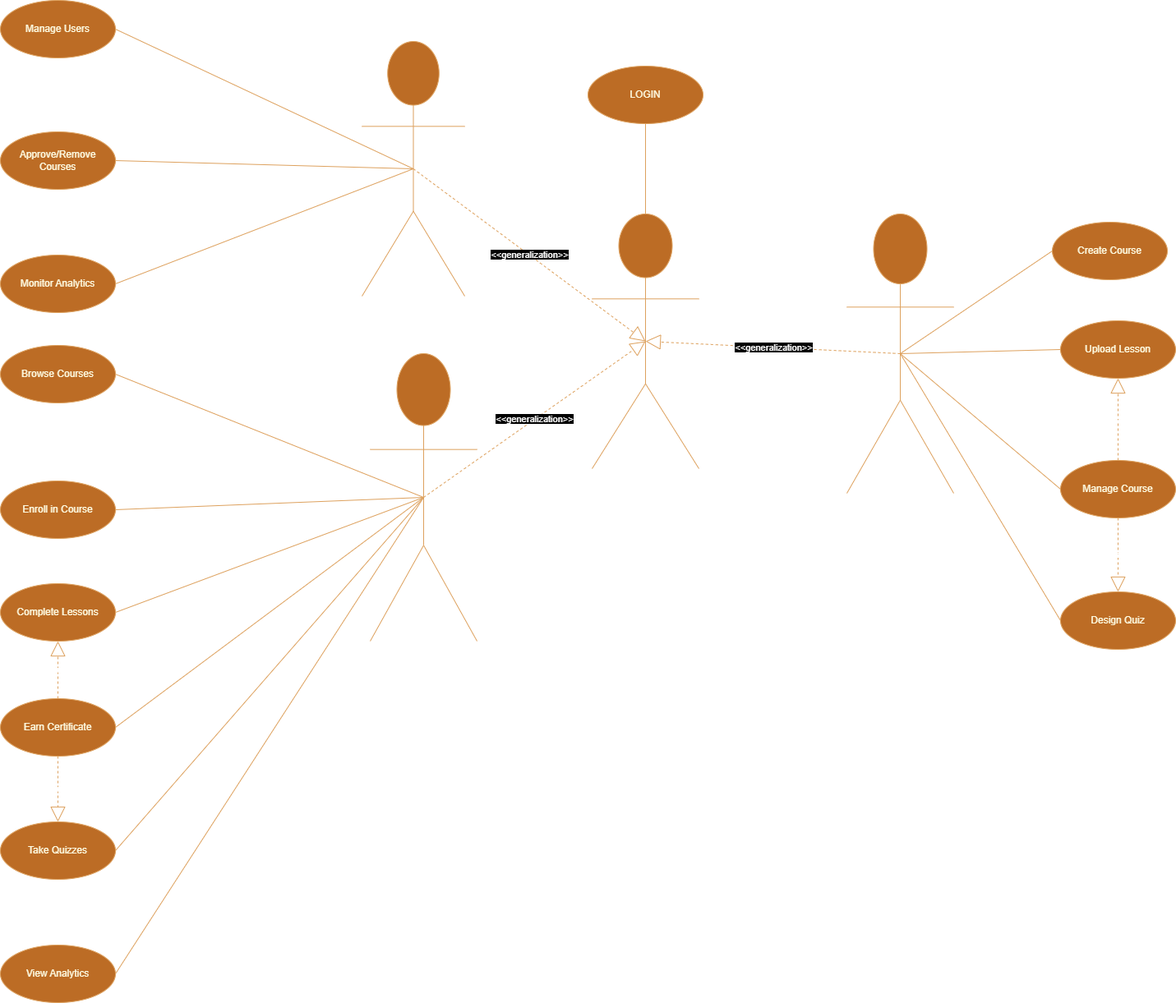
Before: Use Case.drawio Diagram.png, a diagram exported from draw.io (abdelrahman-elsayed-mo/lab6). Source tidied: cells renumbered, new cells last; positions are measured from the earlier drawing's top-left corner, leaving out a move shared by most shapes. Source of this version:
```xml
<mxGraphModel>
  <root>
    <mxCell id="0" />
    <mxCell id="1" parent="0" />
    <mxCell id="2" value="&lt;font style=&quot;color: rgb(255, 255, 255);&quot;&gt;Admin&lt;/font&gt;" style="shape=umlActor;verticalLabelPosition=bottom;verticalAlign=top;html=1;rounded=0;labelBackgroundColor=none;fillColor=#BC6C25;strokeColor=#DDA15E;fontColor=#FEFAE0;" parent="1" vertex="1">
      <mxGeometry x="440" y="50" width="125" height="310" as="geometry" />
    </mxCell>
    <mxCell id="3" value="&lt;font style=&quot;color: rgb(255, 255, 255);&quot;&gt;User&lt;/font&gt;" style="shape=umlActor;verticalLabelPosition=bottom;verticalAlign=top;html=1;rounded=0;labelBackgroundColor=none;fillColor=#BC6C25;strokeColor=#DDA15E;fontColor=#FEFAE0;" parent="1" vertex="1">
      <mxGeometry x="720" y="260" width="130" height="310" as="geometry" />
    </mxCell>
    <mxCell id="4" value="&lt;font style=&quot;color: rgb(255, 255, 255);&quot;&gt;Instructor&lt;/font&gt;" style="shape=umlActor;verticalLabelPosition=bottom;verticalAlign=top;html=1;rounded=0;labelBackgroundColor=none;fillColor=#BC6C25;strokeColor=#DDA15E;fontColor=#FEFAE0;" parent="1" vertex="1">
      <mxGeometry x="1030" y="260" width="130" height="340" as="geometry" />
    </mxCell>
    <mxCell id="5" value="&lt;font style=&quot;color: rgb(255, 255, 255);&quot;&gt;Student&lt;/font&gt;" style="shape=umlActor;verticalLabelPosition=bottom;verticalAlign=top;html=1;rounded=0;labelBackgroundColor=none;fillColor=#BC6C25;strokeColor=#DDA15E;fontColor=#FEFAE0;" parent="1" vertex="1">
      <mxGeometry x="450" y="430" width="130" height="350" as="geometry" />
    </mxCell>
    <mxCell id="6" value="&lt;p&gt;Approve/Remove Courses&lt;/p&gt;" style="ellipse;whiteSpace=wrap;html=1;rounded=0;labelBackgroundColor=none;fillColor=#BC6C25;strokeColor=#DDA15E;fontColor=#FEFAE0;" parent="1" vertex="1">
      <mxGeometry y="160" width="140" height="70" as="geometry" />
    </mxCell>
    <mxCell id="7" value="LOGIN" style="ellipse;whiteSpace=wrap;html=1;rounded=0;labelBackgroundColor=none;fillColor=#BC6C25;strokeColor=#DDA15E;fontColor=#FEFAE0;" parent="1" vertex="1">
      <mxGeometry x="715" y="80" width="140" height="70" as="geometry" />
    </mxCell>
    <mxCell id="8" value="&lt;p&gt;Manage Users&lt;/p&gt;" style="ellipse;whiteSpace=wrap;html=1;rounded=0;labelBackgroundColor=none;fillColor=#BC6C25;strokeColor=#DDA15E;fontColor=#FEFAE0;" parent="1" vertex="1">
      <mxGeometry width="140" height="70" as="geometry" />
    </mxCell>
    <mxCell id="9" value="&lt;p&gt;Design Quiz&lt;/p&gt;" style="ellipse;whiteSpace=wrap;html=1;rounded=0;labelBackgroundColor=none;fillColor=#BC6C25;strokeColor=#DDA15E;fontColor=#FEFAE0;" parent="1" vertex="1">
      <mxGeometry x="1290" y="720" width="140" height="70" as="geometry" />
    </mxCell>
    <mxCell id="10" value="&lt;p&gt;Create Course&lt;/p&gt;" style="ellipse;whiteSpace=wrap;html=1;rounded=0;labelBackgroundColor=none;fillColor=#BC6C25;strokeColor=#DDA15E;fontColor=#FEFAE0;" parent="1" vertex="1">
      <mxGeometry x="1280" y="270" width="140" height="70" as="geometry" />
    </mxCell>
    <mxCell id="11" value="&lt;p&gt;Upload Lesson&lt;/p&gt;" style="ellipse;whiteSpace=wrap;html=1;rounded=0;labelBackgroundColor=none;fillColor=#BC6C25;strokeColor=#DDA15E;fontColor=#FEFAE0;" parent="1" vertex="1">
      <mxGeometry x="1290" y="390" width="140" height="70" as="geometry" />
    </mxCell>
    <mxCell id="12" value="&lt;p&gt;View Analytics&lt;/p&gt;" style="ellipse;whiteSpace=wrap;html=1;rounded=0;labelBackgroundColor=none;fillColor=#BC6C25;strokeColor=#DDA15E;fontColor=#FEFAE0;" parent="1" vertex="1">
      <mxGeometry y="1150" width="140" height="70" as="geometry" />
    </mxCell>
    <mxCell id="13" value="&lt;p&gt;Take Quizzes&lt;/p&gt;" style="ellipse;whiteSpace=wrap;html=1;rounded=0;labelBackgroundColor=none;fillColor=#BC6C25;strokeColor=#DDA15E;fontColor=#FEFAE0;" parent="1" vertex="1">
      <mxGeometry y="1000" width="140" height="70" as="geometry" />
    </mxCell>
    <mxCell id="14" value="&lt;p&gt;Monitor Analytics&lt;/p&gt;" style="ellipse;whiteSpace=wrap;html=1;rounded=0;labelBackgroundColor=none;fillColor=#BC6C25;strokeColor=#DDA15E;fontColor=#FEFAE0;" parent="1" vertex="1">
      <mxGeometry y="310" width="140" height="70" as="geometry" />
    </mxCell>
    <mxCell id="15" value="&lt;p&gt;Earn Certificate&lt;/p&gt;" style="ellipse;whiteSpace=wrap;html=1;rounded=0;labelBackgroundColor=none;fillColor=#BC6C25;strokeColor=#DDA15E;fontColor=#FEFAE0;" parent="1" vertex="1">
      <mxGeometry y="850" width="140" height="70" as="geometry" />
    </mxCell>
    <mxCell id="16" value="&lt;p&gt;Browse Courses&lt;/p&gt;" style="ellipse;whiteSpace=wrap;html=1;rounded=0;labelBackgroundColor=none;fillColor=#BC6C25;strokeColor=#DDA15E;fontColor=#FEFAE0;" parent="1" vertex="1">
      <mxGeometry y="420" width="140" height="70" as="geometry" />
    </mxCell>
    <mxCell id="17" value="&lt;p&gt;Enroll in Course&lt;/p&gt;" style="ellipse;whiteSpace=wrap;html=1;rounded=0;labelBackgroundColor=none;fillColor=#BC6C25;strokeColor=#DDA15E;fontColor=#FEFAE0;" parent="1" vertex="1">
      <mxGeometry y="585" width="140" height="70" as="geometry" />
    </mxCell>
    <mxCell id="18" value="&lt;p&gt;Complete Lessons&lt;/p&gt;" style="ellipse;whiteSpace=wrap;html=1;rounded=0;labelBackgroundColor=none;fillColor=#BC6C25;strokeColor=#DDA15E;fontColor=#FEFAE0;" parent="1" vertex="1">
      <mxGeometry y="710" width="140" height="70" as="geometry" />
    </mxCell>
    <mxCell id="19" value="&lt;p&gt;Manage Course&lt;/p&gt;" style="ellipse;whiteSpace=wrap;html=1;rounded=0;labelBackgroundColor=none;fillColor=#BC6C25;strokeColor=#DDA15E;fontColor=#FEFAE0;" parent="1" vertex="1">
      <mxGeometry x="1290" y="560" width="140" height="70" as="geometry" />
    </mxCell>
    <mxCell id="20" style="endArrow=none;html=1;rounded=0;entryX=0.5;entryY=1;entryDx=0;entryDy=0;exitX=0.5;exitY=0;exitDx=0;exitDy=0;exitPerimeter=0;labelBackgroundColor=none;fontColor=default;strokeColor=#DDA15E;" parent="1" edge="1" source="3" target="7">
      <mxGeometry relative="1" as="geometry" />
    </mxCell>
    <mxCell id="21" style="endArrow=none;html=1;rounded=0;exitX=0.5;exitY=0.5;exitDx=0;exitDy=0;exitPerimeter=0;entryX=1;entryY=0.5;entryDx=0;entryDy=0;labelBackgroundColor=none;fontColor=default;strokeColor=#DDA15E;" parent="1" edge="1" source="5" target="17">
      <mxGeometry relative="1" as="geometry" />
    </mxCell>
    <mxCell id="22" style="endArrow=none;html=1;rounded=0;exitX=0.5;exitY=0.5;exitDx=0;exitDy=0;exitPerimeter=0;entryX=1;entryY=0.5;entryDx=0;entryDy=0;labelBackgroundColor=none;fontColor=default;strokeColor=#DDA15E;" parent="1" edge="1" source="5" target="18">
      <mxGeometry relative="1" as="geometry" />
    </mxCell>
    <mxCell id="23" style="endArrow=none;html=1;rounded=0;exitX=0.5;exitY=0.5;exitDx=0;exitDy=0;exitPerimeter=0;entryX=1;entryY=0.5;entryDx=0;entryDy=0;labelBackgroundColor=none;fontColor=default;strokeColor=#DDA15E;" parent="1" edge="1" source="5" target="13">
      <mxGeometry relative="1" as="geometry" />
    </mxCell>
    <mxCell id="24" style="endArrow=none;html=1;rounded=0;exitX=0.5;exitY=0.5;exitDx=0;exitDy=0;exitPerimeter=0;labelBackgroundColor=none;fontColor=default;entryX=1;entryY=0.5;entryDx=0;entryDy=0;strokeColor=#DDA15E;" parent="1" edge="1" source="5" target="12">
      <mxGeometry relative="1" as="geometry" />
    </mxCell>
    <mxCell id="25" style="endArrow=none;html=1;rounded=0;exitX=0.5;exitY=0.5;exitDx=0;exitDy=0;exitPerimeter=0;entryX=1;entryY=0.5;entryDx=0;entryDy=0;labelBackgroundColor=none;fontColor=default;strokeColor=#DDA15E;" parent="1" edge="1" source="5" target="16">
      <mxGeometry relative="1" as="geometry" />
    </mxCell>
    <mxCell id="26" style="endArrow=none;html=1;rounded=0;entryX=1;entryY=0.5;entryDx=0;entryDy=0;exitX=0.5;exitY=0.5;exitDx=0;exitDy=0;exitPerimeter=0;labelBackgroundColor=none;fontColor=default;strokeColor=#DDA15E;" parent="1" edge="1" source="5" target="15">
      <mxGeometry relative="1" as="geometry" />
    </mxCell>
    <mxCell id="27" style="endArrow=none;html=1;rounded=0;exitX=0.5;exitY=0.5;exitDx=0;exitDy=0;exitPerimeter=0;labelBackgroundColor=none;fontColor=default;entryX=0;entryY=0.5;entryDx=0;entryDy=0;strokeColor=#DDA15E;" parent="1" edge="1" source="4" target="9">
      <mxGeometry relative="1" as="geometry" />
    </mxCell>
    <mxCell id="28" style="endArrow=none;html=1;rounded=0;exitX=0.5;exitY=0.5;exitDx=0;exitDy=0;exitPerimeter=0;entryX=0;entryY=0.5;entryDx=0;entryDy=0;labelBackgroundColor=none;fontColor=default;strokeColor=#DDA15E;" parent="1" edge="1" source="4" target="11">
      <mxGeometry relative="1" as="geometry" />
    </mxCell>
    <mxCell id="29" style="endArrow=none;html=1;rounded=0;exitX=0.5;exitY=0.5;exitDx=0;exitDy=0;exitPerimeter=0;entryX=0;entryY=0.5;entryDx=0;entryDy=0;labelBackgroundColor=none;fontColor=default;strokeColor=#DDA15E;" parent="1" edge="1" source="4" target="19">
      <mxGeometry relative="1" as="geometry" />
    </mxCell>
    <mxCell id="30" style="endArrow=none;html=1;rounded=0;exitX=0.5;exitY=0.5;exitDx=0;exitDy=0;exitPerimeter=0;entryX=0;entryY=0.5;entryDx=0;entryDy=0;labelBackgroundColor=none;fontColor=default;strokeColor=#DDA15E;" parent="1" edge="1" source="4" target="10">
      <mxGeometry relative="1" as="geometry" />
    </mxCell>
    <mxCell id="31" style="endArrow=none;html=1;rounded=0;exitX=0.5;exitY=0.5;exitDx=0;exitDy=0;exitPerimeter=0;entryX=1;entryY=0.5;entryDx=0;entryDy=0;labelBackgroundColor=none;fontColor=default;strokeColor=#DDA15E;" parent="1" edge="1" source="2" target="14">
      <mxGeometry relative="1" as="geometry" />
    </mxCell>
    <mxCell id="32" style="endArrow=none;html=1;rounded=0;entryX=0.5;entryY=0.5;entryDx=0;entryDy=0;entryPerimeter=0;exitX=1;exitY=0.5;exitDx=0;exitDy=0;labelBackgroundColor=none;fontColor=default;strokeColor=#DDA15E;" parent="1" edge="1" source="6" target="2">
      <mxGeometry relative="1" as="geometry" />
    </mxCell>
    <mxCell id="33" style="endArrow=none;html=1;rounded=0;exitX=0.5;exitY=0.5;exitDx=0;exitDy=0;exitPerimeter=0;entryX=1;entryY=0.5;entryDx=0;entryDy=0;labelBackgroundColor=none;fontColor=default;strokeColor=#DDA15E;" parent="1" edge="1" source="2" target="8">
      <mxGeometry relative="1" as="geometry" />
    </mxCell>
    <mxCell id="34" value="&lt;font style=&quot;color: rgb(255, 255, 255);&quot;&gt;&amp;lt;&amp;lt;include&amp;gt;&amp;gt;&lt;/font&gt;" style="endArrow=block;endSize=16;endFill=0;html=1;rounded=0;exitX=0.5;exitY=0;exitDx=0;exitDy=0;entryX=0.5;entryY=1;entryDx=0;entryDy=0;labelBackgroundColor=none;fontColor=default;dashed=1;strokeColor=#DDA15E;" parent="1" edge="1" source="15" target="18">
      <mxGeometry relative="1" as="geometry" />
    </mxCell>
    <mxCell id="35" value="&lt;font style=&quot;color: rgb(255, 255, 255);&quot;&gt;&amp;lt;&amp;lt;include&amp;gt;&amp;gt;&lt;/font&gt;" style="endArrow=block;endSize=16;endFill=0;html=1;rounded=0;exitX=0.5;exitY=1;exitDx=0;exitDy=0;labelBackgroundColor=none;fontColor=default;dashed=1;strokeColor=#DDA15E;" parent="1" edge="1" source="15" target="13">
      <mxGeometry relative="1" as="geometry" />
    </mxCell>
    <mxCell id="36" value="&lt;font style=&quot;color: rgb(255, 255, 255);&quot;&gt;&amp;lt;&amp;lt;Extends&amp;gt;&amp;gt;&lt;/font&gt;" style="endArrow=block;endSize=16;endFill=0;html=1;rounded=0;entryX=0.5;entryY=1;entryDx=0;entryDy=0;entryPerimeter=0;labelBackgroundColor=none;fontColor=default;dashed=1;strokeColor=#DDA15E;" parent="1" edge="1" source="19" target="11">
      <mxGeometry relative="1" as="geometry" />
    </mxCell>
    <mxCell id="37" value="&lt;font style=&quot;color: rgb(255, 255, 255);&quot;&gt;&amp;lt;&amp;lt;Extends&amp;gt;&amp;gt;&lt;/font&gt;" style="endArrow=block;endSize=16;endFill=0;html=1;rounded=0;exitX=0.5;exitY=1;exitDx=0;exitDy=0;entryX=0.5;entryY=0;entryDx=0;entryDy=0;labelBackgroundColor=none;fontColor=default;dashed=1;strokeColor=#DDA15E;" parent="1" edge="1" source="19" target="9">
      <mxGeometry relative="1" as="geometry" />
    </mxCell>
    <mxCell id="38" value="&lt;span style=&quot;background-color: rgb(0, 0, 0);&quot;&gt;&lt;font style=&quot;color: rgb(255, 255, 255);&quot;&gt;&amp;lt;&amp;lt;generalization&amp;gt;&amp;gt;&lt;/font&gt;&lt;/span&gt;" style="endArrow=block;endSize=16;endFill=0;html=1;rounded=0;strokeColor=#DDA15E;fontColor=default;exitX=0.5;exitY=0.5;exitDx=0;exitDy=0;exitPerimeter=0;entryX=0.5;entryY=0.5;entryDx=0;entryDy=0;entryPerimeter=0;dashed=1;labelBackgroundColor=none;" parent="1" edge="1" source="5" target="3">
      <mxGeometry relative="1" as="geometry" />
    </mxCell>
    <mxCell id="39" value="&lt;span style=&quot;background-color: rgb(0, 0, 0);&quot;&gt;&lt;font style=&quot;color: rgb(255, 255, 255);&quot;&gt;&amp;lt;&amp;lt;generalization&amp;gt;&amp;gt;&lt;/font&gt;&lt;/span&gt;" style="endArrow=block;endSize=16;endFill=0;html=1;rounded=0;strokeColor=#DDA15E;fontColor=default;exitX=0.5;exitY=0.5;exitDx=0;exitDy=0;exitPerimeter=0;entryX=0.5;entryY=0.5;entryDx=0;entryDy=0;entryPerimeter=0;dashed=1;labelBackgroundColor=none;" parent="1" edge="1" source="4" target="3">
      <mxGeometry relative="1" as="geometry" />
    </mxCell>
    <mxCell id="40" value="&lt;span style=&quot;background-color: rgb(0, 0, 0);&quot;&gt;&lt;font style=&quot;color: rgb(255, 255, 255);&quot;&gt;&amp;lt;&amp;lt;generalization&amp;gt;&amp;gt;&lt;/font&gt;&lt;/span&gt;" style="endArrow=block;endSize=16;endFill=0;html=1;rounded=0;strokeColor=#DDA15E;fontColor=default;exitX=0.5;exitY=0.5;exitDx=0;exitDy=0;exitPerimeter=0;entryX=0.5;entryY=0.5;entryDx=0;entryDy=0;entryPerimeter=0;dashed=1;labelBackgroundColor=none;" parent="1" edge="1" source="2" target="3">
      <mxGeometry relative="1" as="geometry" />
    </mxCell>
  </root>
</mxGraphModel>
```
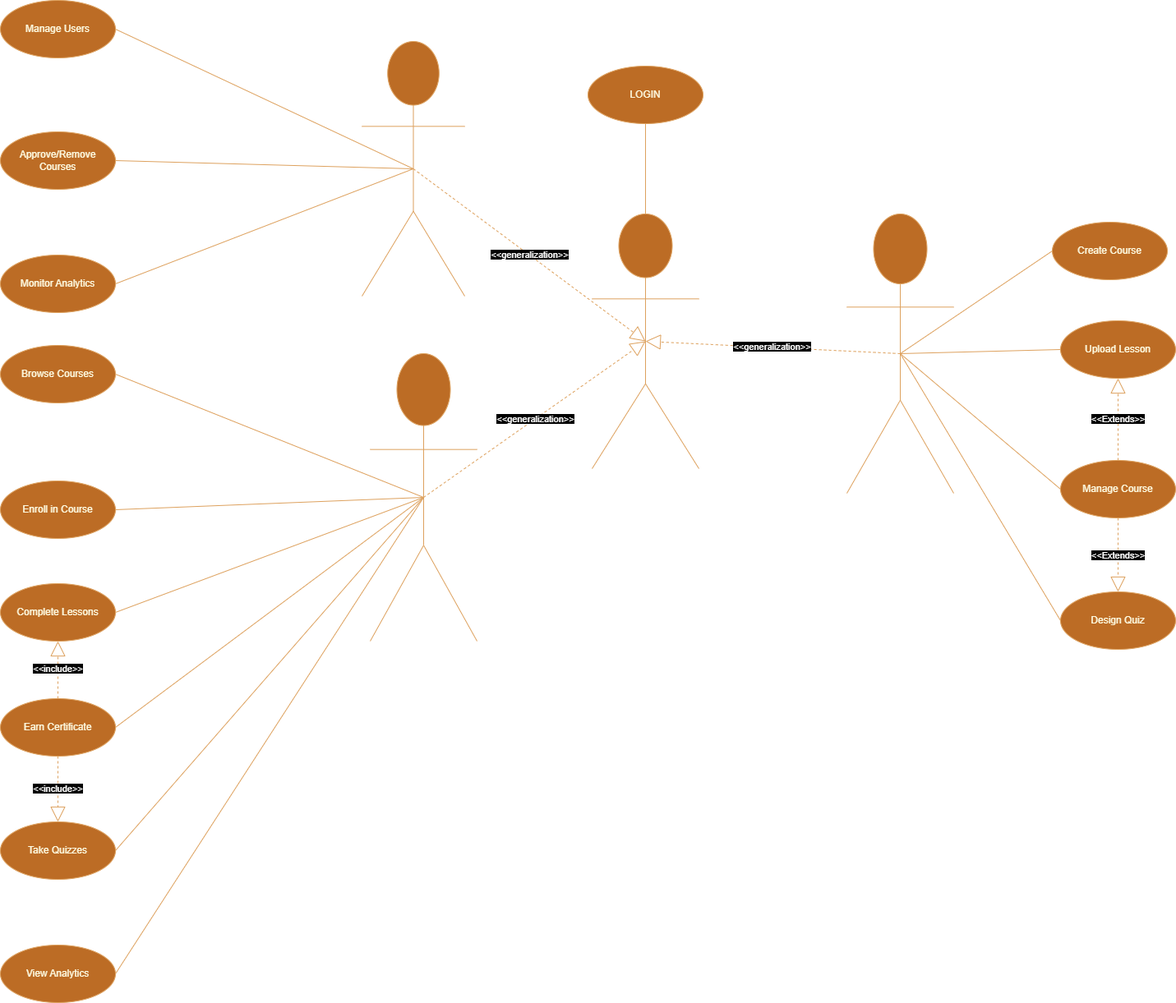
Later version of the same file.

What changed in the source:
```diff
@@ -98,16 +98,16 @@
     <mxCell id="33" style="endArrow=none;html=1;rounded=0;exitX=0.5;exitY=0.5;exitDx=0;exitDy=0;exitPerimeter=0;entryX=1;entryY=0.5;entryDx=0;entryDy=0;labelBackgroundColor=none;fontColor=default;strokeColor=#DDA15E;" parent="1" edge="1" source="2" target="8">
       <mxGeometry relative="1" as="geometry" />
     </mxCell>
-    <mxCell id="34" value="&lt;font style=&quot;color: rgb(255, 255, 255);&quot;&gt;&amp;lt;&amp;lt;include&amp;gt;&amp;gt;&lt;/font&gt;" style="endArrow=block;endSize=16;endFill=0;html=1;rounded=0;exitX=0.5;exitY=0;exitDx=0;exitDy=0;entryX=0.5;entryY=1;entryDx=0;entryDy=0;labelBackgroundColor=none;fontColor=default;dashed=1;strokeColor=#DDA15E;" parent="1" edge="1" source="15" target="18">
+    <mxCell id="34" value="&lt;font style=&quot;color: rgb(255, 255, 255); background-color: rgb(0, 0, 0);&quot;&gt;&amp;lt;&amp;lt;include&amp;gt;&amp;gt;&lt;/font&gt;" style="endArrow=block;endSize=16;endFill=0;html=1;rounded=0;exitX=0.5;exitY=0;exitDx=0;exitDy=0;entryX=0.5;entryY=1;entryDx=0;entryDy=0;labelBackgroundColor=none;fontColor=default;dashed=1;strokeColor=#DDA15E;" parent="1" edge="1" source="15" target="18">
       <mxGeometry relative="1" as="geometry" />
     </mxCell>
-    <mxCell id="35" value="&lt;font style=&quot;color: rgb(255, 255, 255);&quot;&gt;&amp;lt;&amp;lt;include&amp;gt;&amp;gt;&lt;/font&gt;" style="endArrow=block;endSize=16;endFill=0;html=1;rounded=0;exitX=0.5;exitY=1;exitDx=0;exitDy=0;labelBackgroundColor=none;fontColor=default;dashed=1;strokeColor=#DDA15E;" parent="1" edge="1" source="15" target="13">
+    <mxCell id="35" value="&lt;font style=&quot;color: rgb(255, 255, 255); background-color: rgb(0, 0, 0);&quot;&gt;&amp;lt;&amp;lt;include&amp;gt;&amp;gt;&lt;/font&gt;" style="endArrow=block;endSize=16;endFill=0;html=1;rounded=0;exitX=0.5;exitY=1;exitDx=0;exitDy=0;labelBackgroundColor=none;fontColor=default;dashed=1;strokeColor=#DDA15E;" parent="1" edge="1" source="15" target="13">
       <mxGeometry relative="1" as="geometry" />
     </mxCell>
-    <mxCell id="36" value="&lt;font style=&quot;color: rgb(255, 255, 255);&quot;&gt;&amp;lt;&amp;lt;Extends&amp;gt;&amp;gt;&lt;/font&gt;" style="endArrow=block;endSize=16;endFill=0;html=1;rounded=0;entryX=0.5;entryY=1;entryDx=0;entryDy=0;entryPerimeter=0;labelBackgroundColor=none;fontColor=default;dashed=1;strokeColor=#DDA15E;" parent="1" edge="1" source="19" target="11">
+    <mxCell id="36" value="&lt;font style=&quot;color: rgb(255, 255, 255); background-color: rgb(0, 0, 0);&quot;&gt;&amp;lt;&amp;lt;Extends&amp;gt;&amp;gt;&lt;/font&gt;" style="endArrow=block;endSize=16;endFill=0;html=1;rounded=0;entryX=0.5;entryY=1;entryDx=0;entryDy=0;entryPerimeter=0;labelBackgroundColor=none;fontColor=default;dashed=1;strokeColor=#DDA15E;" parent="1" edge="1" source="19" target="11">
       <mxGeometry relative="1" as="geometry" />
     </mxCell>
-    <mxCell id="37" value="&lt;font style=&quot;color: rgb(255, 255, 255);&quot;&gt;&amp;lt;&amp;lt;Extends&amp;gt;&amp;gt;&lt;/font&gt;" style="endArrow=block;endSize=16;endFill=0;html=1;rounded=0;exitX=0.5;exitY=1;exitDx=0;exitDy=0;entryX=0.5;entryY=0;entryDx=0;entryDy=0;labelBackgroundColor=none;fontColor=default;dashed=1;strokeColor=#DDA15E;" parent="1" edge="1" source="19" target="9">
+    <mxCell id="37" value="&lt;font style=&quot;color: rgb(255, 255, 255); background-color: rgb(0, 0, 0);&quot;&gt;&amp;lt;&amp;lt;Extends&amp;gt;&amp;gt;&lt;/font&gt;" style="endArrow=block;endSize=16;endFill=0;html=1;rounded=0;exitX=0.5;exitY=1;exitDx=0;exitDy=0;entryX=0.5;entryY=0;entryDx=0;entryDy=0;labelBackgroundColor=none;fontColor=default;dashed=1;strokeColor=#DDA15E;" parent="1" edge="1" source="19" target="9">
       <mxGeometry relative="1" as="geometry" />
     </mxCell>
     <mxCell id="38" value="&lt;span style=&quot;background-color: rgb(0, 0, 0);&quot;&gt;&lt;font style=&quot;color: rgb(255, 255, 255);&quot;&gt;&amp;lt;&amp;lt;generalization&amp;gt;&amp;gt;&lt;/font&gt;&lt;/span&gt;" style="endArrow=block;endSize=16;endFill=0;html=1;rounded=0;strokeColor=#DDA15E;fontColor=default;exitX=0.5;exitY=0.5;exitDx=0;exitDy=0;exitPerimeter=0;entryX=0.5;entryY=0.5;entryDx=0;entryDy=0;entryPerimeter=0;dashed=1;labelBackgroundColor=none;" parent="1" edge="1" source="5" target="3">
```
